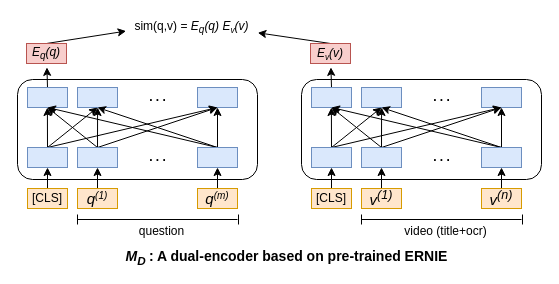
Before: data/dual-encoder.drawio in 05hBoolShow/testgit, a draw.io diagram. Source tidied: cells renumbered, new cells numbered last; positions are measured from the earlier drawing's top-left corner, leaving out a move shared by most shapes. Both pictures are drawn from the tidied source at 100%, with x=0, y=0 at pixel (17, 17).
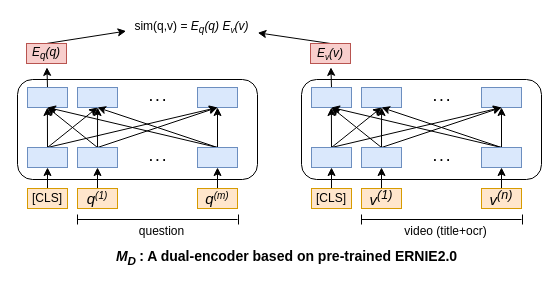
The same page after the edit.

Change to the diagram source:
```diff
@@
-    <mxCell id="65" value="&lt;b&gt;&lt;font&gt;&lt;span style=&quot;font-size: 14px&quot;&gt;&lt;i&gt;M&lt;/i&gt;&lt;sub&gt;&lt;i&gt;D&lt;/i&gt;&amp;nbsp;&lt;/sub&gt;: A dual-encoder based on pre-trained ERNIE&lt;/span&gt;&lt;/font&gt;&lt;/b&gt;" style="text;html=1;align=center;verticalAlign=middle;strokeColor=none;" parent="1" vertex="1">
-      <mxGeometry x="99" y="230" width="340" height="20" as="geometry" />
+    <mxCell id="65" value="&lt;b&gt;&lt;font&gt;&lt;span style=&quot;font-size: 14px&quot;&gt;&lt;i&gt;M&lt;/i&gt;&lt;sub&gt;&lt;i&gt;D&lt;/i&gt;&amp;nbsp;&lt;/sub&gt;: A dual-encoder based on pre-trained ERNIE2.0&lt;/span&gt;&lt;/font&gt;&lt;/b&gt;" style="text;html=1;align=center;verticalAlign=middle;strokeColor=none;" parent="1" vertex="1">
+      <mxGeometry x="89" y="230" width="360" height="20" as="geometry" />
     </mxCell>
```
